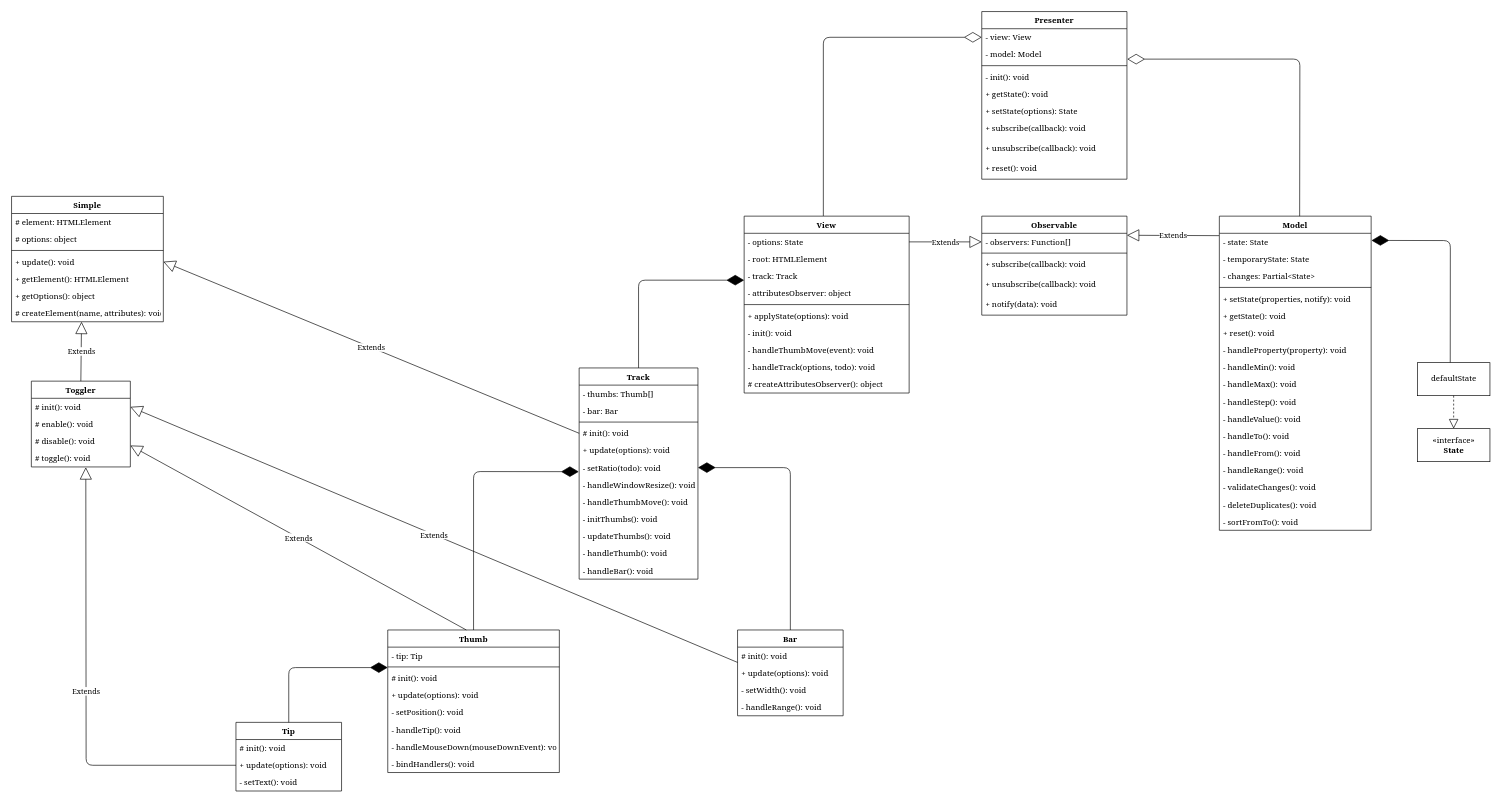
The draw.io diagram storage/diagram.drawio in AkhmadBabaev/ordinary-slider, before the edit. Source tidied: cells renumbered, new cells numbered last; positions are measured from the earlier drawing's top-left corner, leaving out a move shared by most shapes. Both pictures are drawn from the tidied source at 66%, with x=0, y=0 at pixel (11, 11).
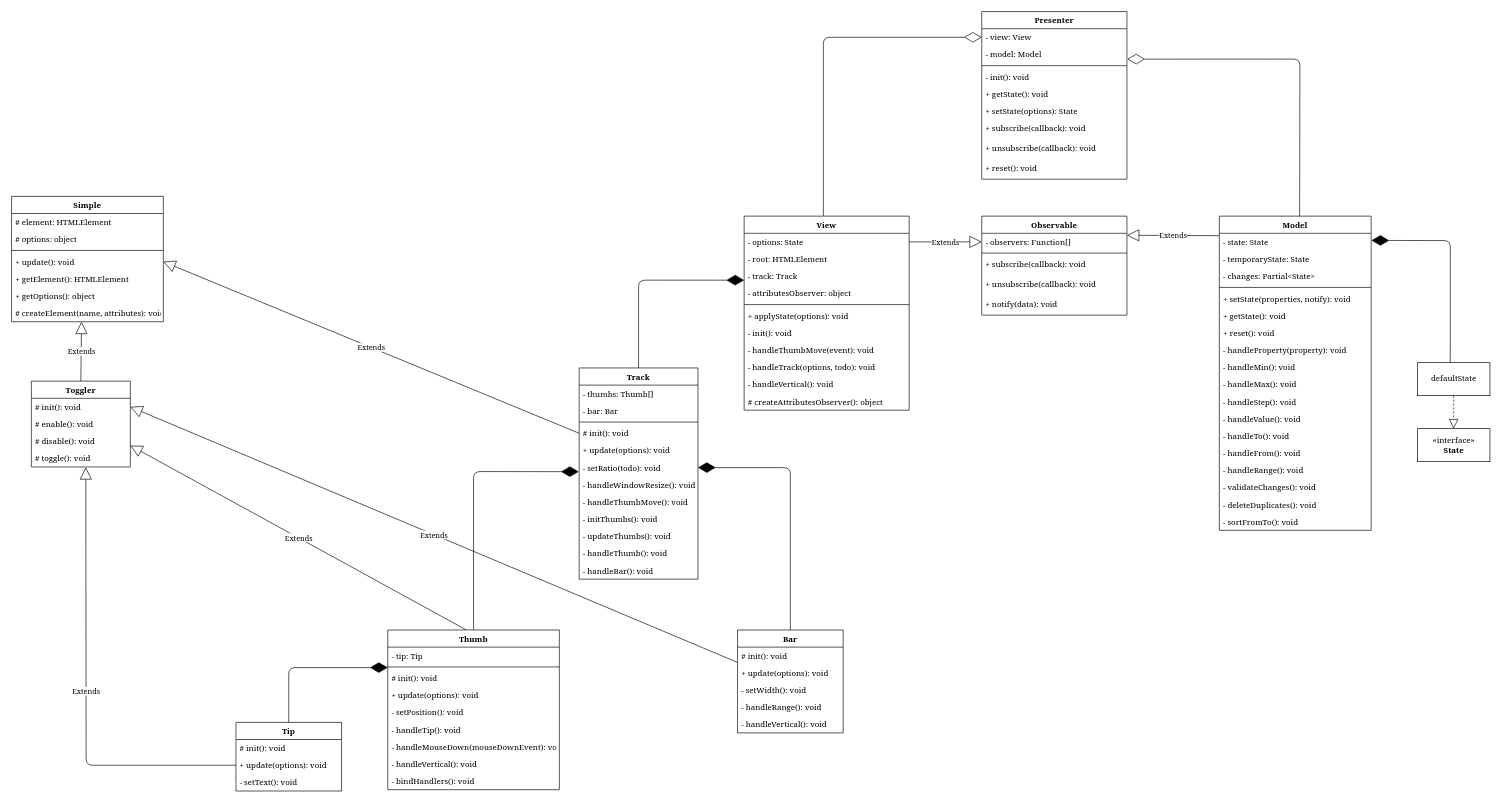
The same page after the edit.

Commit message (it also covers changes not shown here):
Update UML diagram

What changed in the source:
```diff
@@
     <mxCell id="15" value="Thumb" style="swimlane;fontStyle=1;align=center;verticalAlign=top;horizontal=1;startSize=26;labelBackgroundColor=#ffffff;gradientColor=none;snapToPoint=0;fontFamily=Georgia;" parent="1" vertex="1">
-      <mxGeometry x="570" y="937" width="260" height="216" as="geometry" />
+      <mxGeometry x="570" y="937" width="260" height="242" as="geometry" />
     </mxCell>
@@
+    <mxCell id="109" value="- handleVertical(): void" style="text;strokeColor=none;fillColor=none;align=left;verticalAlign=top;spacingLeft=4;spacingRight=4;overflow=hidden;fontFamily=Georgia;" parent="15" vertex="1">
+      <mxGeometry y="190" width="260" height="26" as="geometry" />
+    </mxCell>
     <mxCell id="23" value="- bindHandlers(): void" style="text;strokeColor=none;fillColor=none;align=left;verticalAlign=top;spacingLeft=4;spacingRight=4;overflow=hidden;fontFamily=Georgia;" parent="15" vertex="1">
-      <mxGeometry y="190" width="260" height="26" as="geometry" />
+      <mxGeometry y="216" width="260" height="26" as="geometry" />
     </mxCell>
     <mxCell id="24" value="Bar" style="swimlane;fontStyle=1;align=center;verticalAlign=top;horizontal=1;startSize=26;labelBackgroundColor=#ffffff;gradientColor=none;snapToPoint=0;fontFamily=Georgia;" parent="1" vertex="1">
-      <mxGeometry x="1100" y="937" width="160" height="130" as="geometry" />
+      <mxGeometry x="1100" y="937" width="160" height="156" as="geometry" />
     </mxCell>
@@
+    <mxCell id="110" value="- handleVertical(): void" style="text;strokeColor=none;fillColor=none;align=left;verticalAlign=top;spacingLeft=4;spacingRight=4;overflow=hidden;fontFamily=Georgia;" parent="24" vertex="1">
+      <mxGeometry y="130" width="160" height="26" as="geometry" />
+    </mxCell>
@@
     <mxCell id="73" value="View" style="swimlane;fontStyle=1;align=center;verticalAlign=top;horizontal=1;startSize=26;fillColor=none;gradientColor=none;snapToPoint=0;fontFamily=Georgia;" parent="1" vertex="1">
-      <mxGeometry x="1110" y="310" width="250" height="268" as="geometry" />
+      <mxGeometry x="1110" y="310" width="250" height="294" as="geometry" />
     </mxCell>
@@
+    <mxCell id="111" value="- handleVertical(): void" style="text;strokeColor=none;fillColor=none;align=left;verticalAlign=top;spacingLeft=4;spacingRight=4;overflow=hidden;fontFamily=Georgia;" parent="73" vertex="1">
+      <mxGeometry y="242" width="250" height="26" as="geometry" />
+    </mxCell>
     <mxCell id="83" value="# createAttributesObserver(): object" style="text;strokeColor=none;fillColor=none;align=left;verticalAlign=top;spacingLeft=4;spacingRight=4;overflow=hidden;fontFamily=Georgia;" parent="73" vertex="1">
-      <mxGeometry y="242" width="250" height="26" as="geometry" />
+      <mxGeometry y="268" width="250" height="26" as="geometry" />
     </mxCell>
```
